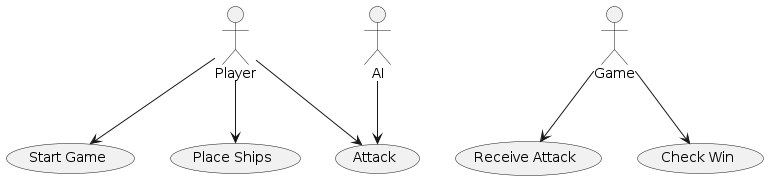
Before: Final_Project/uml/Context_View.png, a diagram exported from PlantUML (joywalgren/FinalProject_OOP).
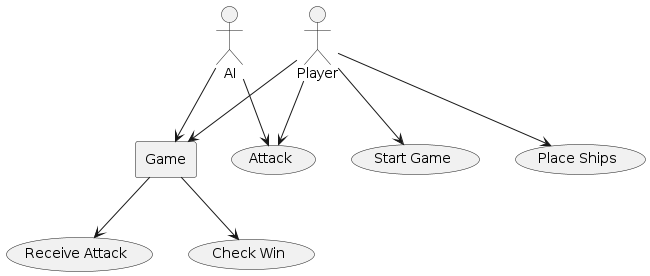
The same file after the commit.

Diff of the diagram source:
```diff
@@ -1,6 +1,7 @@
 @startuml Context_View
 actor Player
 actor AI
+rectangle "Game" as Game
 usecase "Start Game"
 usecase "Place Ships"
 usecase "Attack"
@@ -10,7 +11,9 @@
 Player --> "Start Game"
 Player --> "Place Ships"
 Player --> "Attack"
+Player --> Game
 Game --> "Receive Attack"
 Game --> "Check Win"
 AI --> "Attack"
+AI --> Game
 @enduml
```
